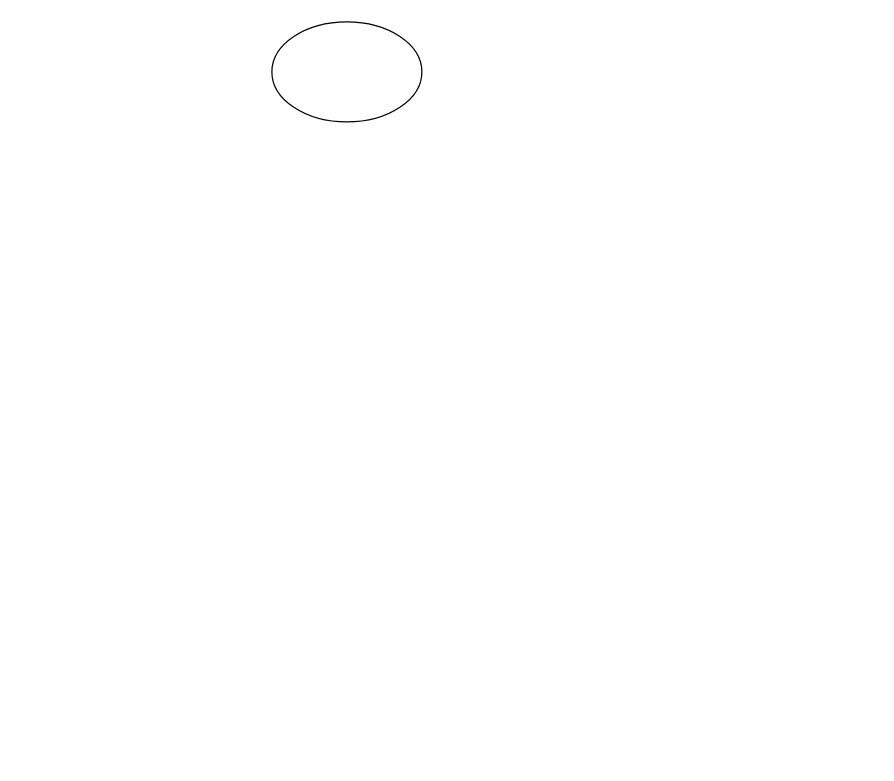
arunkp1986/CAR3S keeps this draw.io diagram as sota.drawio. Above is the earlier version. Source tidied: cells renumbered, new cells numbered last; positions are measured from the earlier drawing's top-left corner, leaving out a move shared by most shapes. Both pictures are drawn from the tidied source at 125%, with x=0, y=0 at pixel (271, 21).
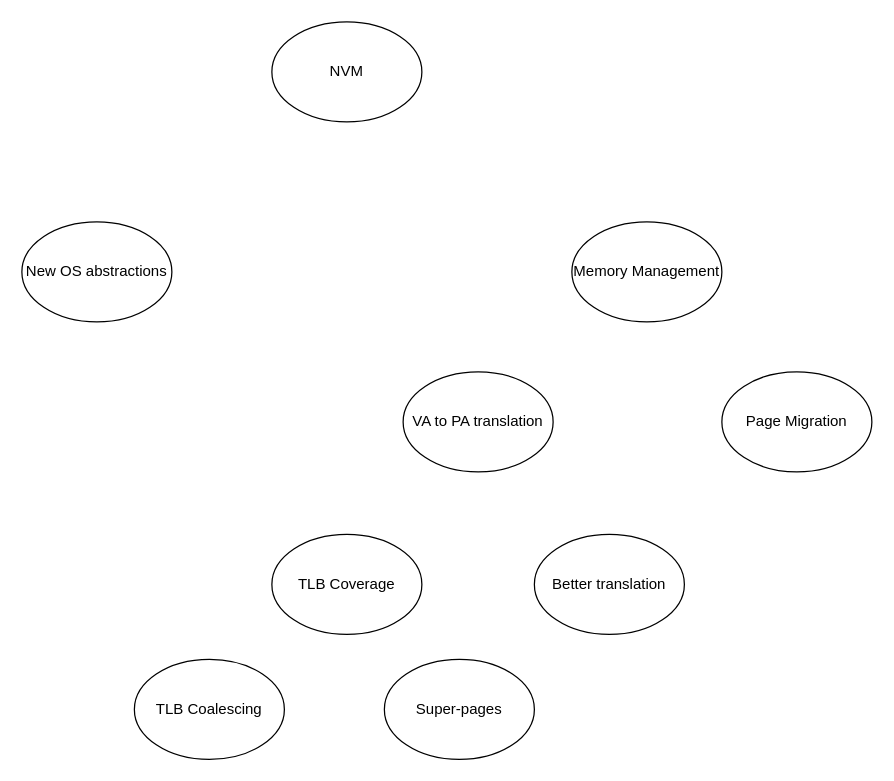
The same page after the edit.

Change to the diagram source:
```diff
@@
 <mxGraphModel>
   <root>
     <mxCell id="0" />
     <mxCell id="1" parent="0" />
-    <mxCell id="2" style="ellipse;whiteSpace=wrap;html=1;" parent="1" vertex="1">
+    <mxCell id="2" value="NVM" style="ellipse;whiteSpace=wrap;html=1;" parent="1" vertex="1">
       <mxGeometry width="120" height="80" as="geometry" />
     </mxCell>
+    <mxCell id="3" value="New OS abstractions" style="ellipse;whiteSpace=wrap;html=1;" parent="1" vertex="1">
+      <mxGeometry x="-200" y="160" width="120" height="80" as="geometry" />
+    </mxCell>
+    <mxCell id="4" value="Memory Management" style="ellipse;whiteSpace=wrap;html=1;" parent="1" vertex="1">
+      <mxGeometry x="240" y="160" width="120" height="80" as="geometry" />
+    </mxCell>
+    <mxCell id="5" value="VA to PA translation" style="ellipse;whiteSpace=wrap;html=1;" parent="1" vertex="1">
+      <mxGeometry x="105" y="280" width="120" height="80" as="geometry" />
+    </mxCell>
+    <mxCell id="6" value="Page Migration" style="ellipse;whiteSpace=wrap;html=1;" parent="1" vertex="1">
+      <mxGeometry x="360" y="280" width="120" height="80" as="geometry" />
+    </mxCell>
+    <mxCell id="7" value="TLB Coverage" style="ellipse;whiteSpace=wrap;html=1;" parent="1" vertex="1">
+      <mxGeometry y="410" width="120" height="80" as="geometry" />
+    </mxCell>
+    <mxCell id="8" value="Better translation" style="ellipse;whiteSpace=wrap;html=1;" parent="1" vertex="1">
+      <mxGeometry x="210" y="410" width="120" height="80" as="geometry" />
+    </mxCell>
+    <mxCell id="9" value="TLB Coalescing" style="ellipse;whiteSpace=wrap;html=1;" parent="1" vertex="1">
+      <mxGeometry x="-110" y="510" width="120" height="80" as="geometry" />
+    </mxCell>
+    <mxCell id="10" value="Super-pages" style="ellipse;whiteSpace=wrap;html=1;" parent="1" vertex="1">
+      <mxGeometry x="90" y="510" width="120" height="80" as="geometry" />
+    </mxCell>
   </root>
 </mxGraphModel>
```
